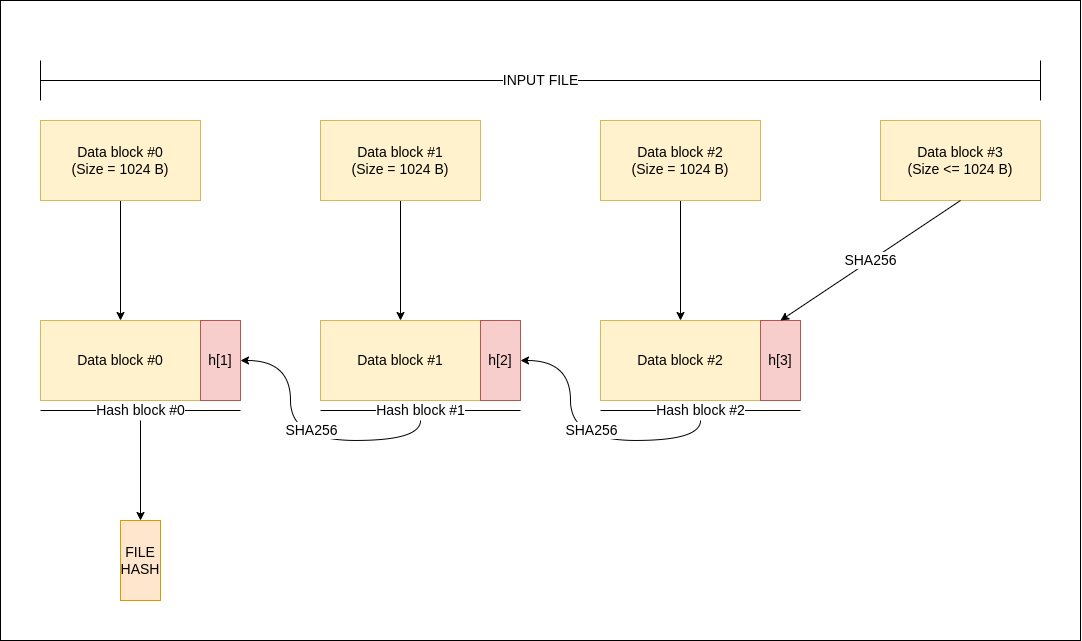
Earlier version of the draw.io export MMVUD/project4/hashSHA256.drawio.png (ThanhPP/HUST). Source tidied: cells renumbered, new cells last; positions are measured from the earlier drawing's top-left corner, leaving out a move shared by most shapes. Its diagram source:
```xml
<mxGraphModel>
  <root>
    <mxCell id="0" />
    <mxCell id="1" parent="0" />
    <mxCell id="2" style="rounded=0;whiteSpace=wrap;html=1;fontSize=14;" parent="1" vertex="1">
      <mxGeometry width="1080" height="640" as="geometry" />
    </mxCell>
    <mxCell id="3" style="edgeStyle=orthogonalEdgeStyle;curved=1;rounded=0;jettySize=auto;html=1;exitX=0.5;exitY=1;exitDx=0;exitDy=0;entryX=0.5;entryY=0;entryDx=0;entryDy=0;fontSize=14;" parent="1" edge="1" source="4" target="21">
      <mxGeometry relative="1" as="geometry" />
    </mxCell>
    <mxCell id="4" value="Data block #0&lt;br style=&quot;font-size: 14px;&quot;&gt;(Size = 1024 B)" style="rounded=0;whiteSpace=wrap;html=1;fontSize=14;fillColor=#fff2cc;strokeColor=#d6b656;" parent="1" vertex="1">
      <mxGeometry x="40" y="120" width="160" height="80" as="geometry" />
    </mxCell>
    <mxCell id="5" style="edgeStyle=orthogonalEdgeStyle;rounded=0;jettySize=auto;html=1;exitX=0.5;exitY=1;exitDx=0;exitDy=0;entryX=0.5;entryY=0;entryDx=0;entryDy=0;fontSize=14;" parent="1" edge="1" source="6" target="17">
      <mxGeometry relative="1" as="geometry" />
    </mxCell>
    <mxCell id="6" value="Data block #1&lt;br style=&quot;font-size: 14px;&quot;&gt;(Size = 1024 B)" style="rounded=0;whiteSpace=wrap;html=1;fontSize=14;fillColor=#fff2cc;strokeColor=#d6b656;" parent="1" vertex="1">
      <mxGeometry x="320" y="120" width="160" height="80" as="geometry" />
    </mxCell>
    <mxCell id="7" style="edgeStyle=orthogonalEdgeStyle;rounded=0;jettySize=auto;html=1;exitX=0.5;exitY=1;exitDx=0;exitDy=0;entryX=0.5;entryY=0;entryDx=0;entryDy=0;fontSize=14;" parent="1" edge="1" source="8" target="13">
      <mxGeometry relative="1" as="geometry" />
    </mxCell>
    <mxCell id="8" value="Data block #2&lt;br style=&quot;font-size: 14px;&quot;&gt;(Size = 1024 B)" style="rounded=0;whiteSpace=wrap;html=1;fontSize=14;fillColor=#fff2cc;strokeColor=#d6b656;" parent="1" vertex="1">
      <mxGeometry x="600" y="120" width="160" height="80" as="geometry" />
    </mxCell>
    <mxCell id="9" value="Data block #3&lt;br style=&quot;font-size: 14px;&quot;&gt;(Size &amp;lt;= 1024 B)" style="rounded=0;whiteSpace=wrap;html=1;fontSize=14;fillColor=#fff2cc;strokeColor=#d6b656;" parent="1" vertex="1">
      <mxGeometry x="880" y="120" width="160" height="80" as="geometry" />
    </mxCell>
    <mxCell id="10" value="INPUT FILE" style="endArrow=none;html=1;rounded=0;fontSize=14;" parent="1" edge="1">
      <mxGeometry relative="1" as="geometry">
        <mxPoint x="40" y="80" as="sourcePoint" />
        <mxPoint x="1040" y="80" as="targetPoint" />
      </mxGeometry>
    </mxCell>
    <mxCell id="11" style="endArrow=none;html=1;rounded=0;fontSize=14;" parent="1" edge="1">
      <mxGeometry relative="1" as="geometry">
        <mxPoint x="40" y="100" as="sourcePoint" />
        <mxPoint x="40" y="60" as="targetPoint" />
      </mxGeometry>
    </mxCell>
    <mxCell id="12" style="endArrow=none;html=1;rounded=0;fontSize=14;" parent="1" edge="1">
      <mxGeometry relative="1" as="geometry">
        <mxPoint x="1040" y="100" as="sourcePoint" />
        <mxPoint x="1040" y="60" as="targetPoint" />
      </mxGeometry>
    </mxCell>
    <mxCell id="13" value="&lt;span style=&quot;font-size: 14px;&quot;&gt;Data block #2&lt;/span&gt;" style="rounded=0;whiteSpace=wrap;html=1;fontSize=14;fillColor=#fff2cc;strokeColor=#d6b656;" parent="1" vertex="1">
      <mxGeometry x="600" y="320" width="160" height="80" as="geometry" />
    </mxCell>
    <mxCell id="14" value="h[3]" style="rounded=0;whiteSpace=wrap;html=1;fontSize=14;fillColor=#f8cecc;strokeColor=#b85450;" parent="1" vertex="1">
      <mxGeometry x="760" y="320" width="40" height="80" as="geometry" />
    </mxCell>
    <mxCell id="15" value="SHA256" style="endArrow=classic;html=1;rounded=0;fontSize=14;exitX=0.5;exitY=1;exitDx=0;exitDy=0;entryX=0.5;entryY=0;entryDx=0;entryDy=0;" parent="1" edge="1" source="9" target="14">
      <mxGeometry relative="1" as="geometry" />
    </mxCell>
    <mxCell id="16" value="Hash block #2" style="endArrow=none;html=1;rounded=0;fontSize=14;" parent="1" edge="1">
      <mxGeometry relative="1" as="geometry">
        <mxPoint x="600" y="410" as="sourcePoint" />
        <mxPoint x="800" y="410" as="targetPoint" />
      </mxGeometry>
    </mxCell>
    <mxCell id="17" value="&lt;span style=&quot;font-size: 14px;&quot;&gt;Data block #1&lt;/span&gt;" style="rounded=0;whiteSpace=wrap;html=1;fontSize=14;fillColor=#fff2cc;strokeColor=#d6b656;" parent="1" vertex="1">
      <mxGeometry x="320" y="320" width="160" height="80" as="geometry" />
    </mxCell>
    <mxCell id="18" value="h[2]" style="rounded=0;whiteSpace=wrap;html=1;fontSize=14;fillColor=#f8cecc;strokeColor=#b85450;" parent="1" vertex="1">
      <mxGeometry x="480" y="320" width="40" height="80" as="geometry" />
    </mxCell>
    <mxCell id="19" value="Hash block #1" style="endArrow=none;html=1;rounded=0;fontSize=14;" parent="1" edge="1">
      <mxGeometry relative="1" as="geometry">
        <mxPoint x="320" y="410" as="sourcePoint" />
        <mxPoint x="520" y="410" as="targetPoint" />
      </mxGeometry>
    </mxCell>
    <mxCell id="20" value="SHA256" style="endArrow=classic;html=1;rounded=0;fontSize=14;entryX=1;entryY=0.5;entryDx=0;entryDy=0;edgeStyle=orthogonalEdgeStyle;curved=1;" parent="1" edge="1" target="18">
      <mxGeometry x="-0.07" y="-10" relative="1" as="geometry">
        <mxPoint x="700" y="420" as="sourcePoint" />
        <Array as="points">
          <mxPoint x="700" y="440" />
          <mxPoint x="570" y="440" />
          <mxPoint x="570" y="360" />
        </Array>
      </mxGeometry>
    </mxCell>
    <mxCell id="21" value="&lt;span style=&quot;font-size: 14px;&quot;&gt;Data block #0&lt;/span&gt;" style="rounded=0;whiteSpace=wrap;html=1;fontSize=14;fillColor=#fff2cc;strokeColor=#d6b656;" parent="1" vertex="1">
      <mxGeometry x="40" y="320" width="160" height="80" as="geometry" />
    </mxCell>
    <mxCell id="22" value="h[1]" style="rounded=0;whiteSpace=wrap;html=1;fontSize=14;fillColor=#f8cecc;strokeColor=#b85450;" parent="1" vertex="1">
      <mxGeometry x="200" y="320" width="40" height="80" as="geometry" />
    </mxCell>
    <mxCell id="23" value="Hash block #0" style="endArrow=none;html=1;rounded=0;fontSize=14;" parent="1" edge="1">
      <mxGeometry relative="1" as="geometry">
        <mxPoint x="40" y="410" as="sourcePoint" />
        <mxPoint x="240" y="410" as="targetPoint" />
      </mxGeometry>
    </mxCell>
    <mxCell id="24" value="SHA256" style="endArrow=classic;html=1;rounded=0;fontSize=14;entryX=1;entryY=0.5;entryDx=0;entryDy=0;edgeStyle=orthogonalEdgeStyle;curved=1;" parent="1" edge="1">
      <mxGeometry x="-0.07" y="-10" relative="1" as="geometry">
        <mxPoint x="420" y="420" as="sourcePoint" />
        <mxPoint x="240" y="360" as="targetPoint" />
        <Array as="points">
          <mxPoint x="420" y="440" />
          <mxPoint x="290" y="440" />
          <mxPoint x="290" y="360" />
        </Array>
      </mxGeometry>
    </mxCell>
    <mxCell id="25" value="FILE&lt;br style=&quot;font-size: 14px;&quot;&gt;HASH" style="rounded=0;whiteSpace=wrap;html=1;fontSize=14;fillColor=#ffe6cc;strokeColor=#d79b00;" parent="1" vertex="1">
      <mxGeometry x="120" y="520" width="40" height="80" as="geometry" />
    </mxCell>
    <mxCell id="26" style="endArrow=classic;html=1;rounded=0;fontSize=14;curved=1;entryX=0.5;entryY=0;entryDx=0;entryDy=0;" parent="1" edge="1" target="25">
      <mxGeometry relative="1" as="geometry">
        <mxPoint x="140" y="420" as="sourcePoint" />
      </mxGeometry>
    </mxCell>
  </root>
</mxGraphModel>
```
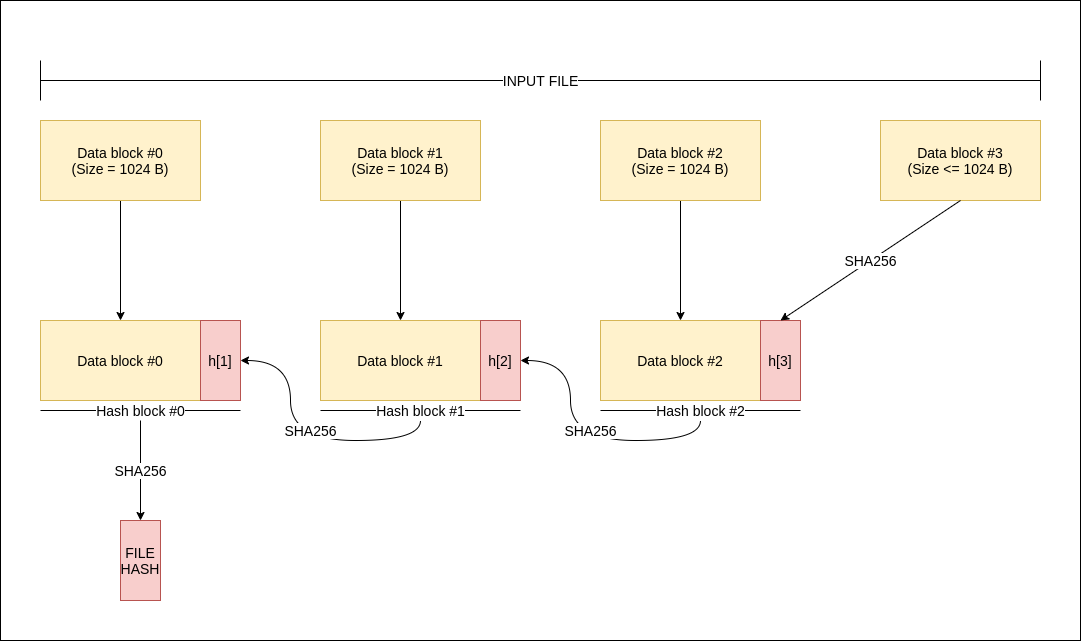
After the change.

Commit message:
MMVUD - prj 4

- Update images

Author: thanhphanphu18@gmail.com

Diff of the diagram source:
```diff
@@ -104,10 +104,10 @@
         </Array>
       </mxGeometry>
     </mxCell>
-    <mxCell id="25" value="FILE&lt;br style=&quot;font-size: 14px;&quot;&gt;HASH" style="rounded=0;whiteSpace=wrap;html=1;fontSize=14;fillColor=#ffe6cc;strokeColor=#d79b00;" parent="1" vertex="1">
+    <mxCell id="25" value="FILE&lt;br style=&quot;font-size: 14px;&quot;&gt;HASH" style="rounded=0;whiteSpace=wrap;html=1;fontSize=14;fillColor=#f8cecc;strokeColor=#b85450;" parent="1" vertex="1">
       <mxGeometry x="120" y="520" width="40" height="80" as="geometry" />
     </mxCell>
-    <mxCell id="26" style="endArrow=classic;html=1;rounded=0;fontSize=14;curved=1;entryX=0.5;entryY=0;entryDx=0;entryDy=0;" parent="1" edge="1" target="25">
+    <mxCell id="26" value="SHA256" style="endArrow=classic;html=1;rounded=0;fontSize=14;curved=1;entryX=0.5;entryY=0;entryDx=0;entryDy=0;" parent="1" edge="1" target="25">
       <mxGeometry relative="1" as="geometry">
         <mxPoint x="140" y="420" as="sourcePoint" />
       </mxGeometry>
```
